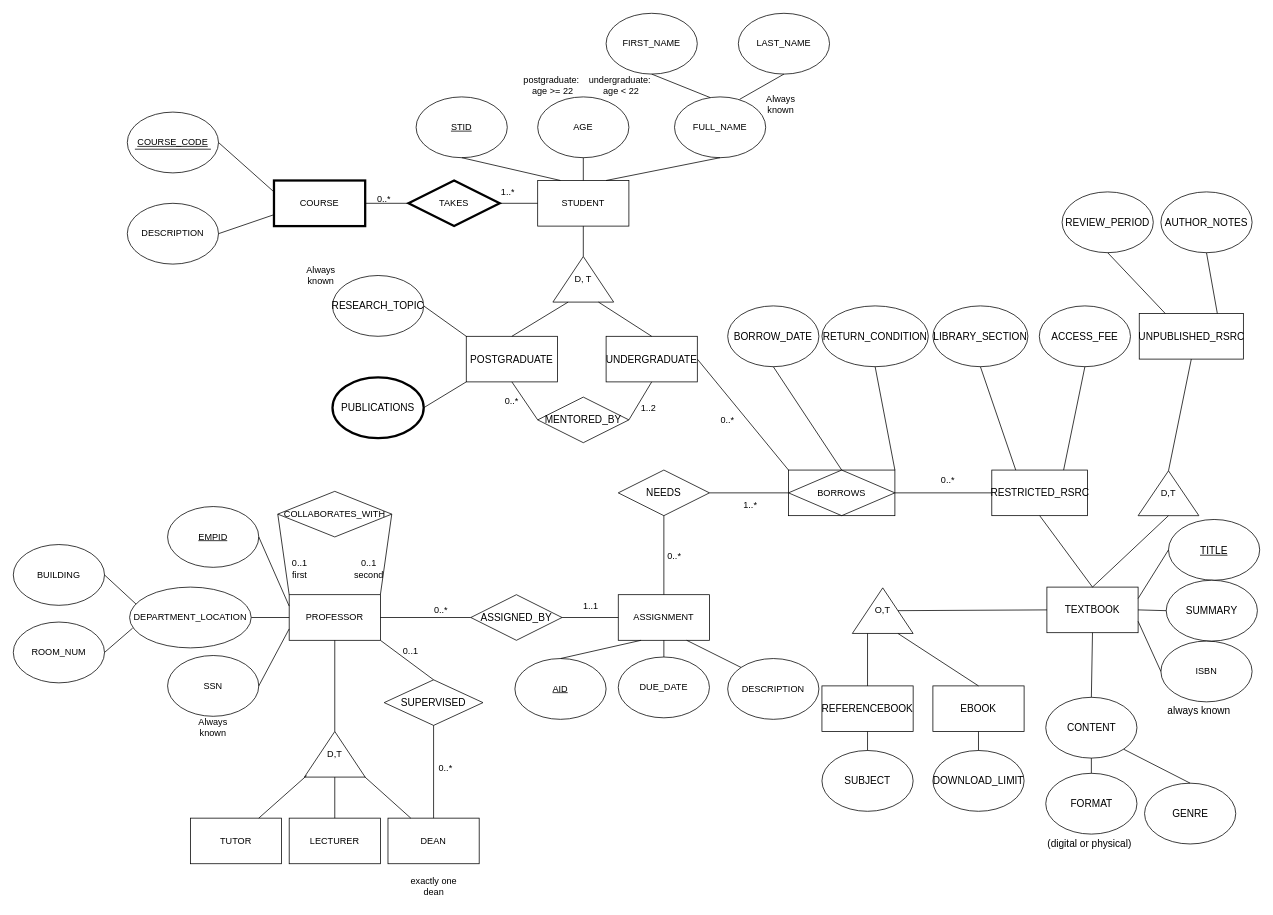
Earlier version of the draw.io diagram DM-HW1_Janis & Cuihuan.drawio (us-ja/Data_Management). Source tidied: cells renumbered, new cells numbered last; positions are measured from the earlier drawing's top-left corner, leaving out a move shared by most shapes. Both pictures are drawn from the tidied source at 76%, with x=0, y=0 at pixel (13, 13).
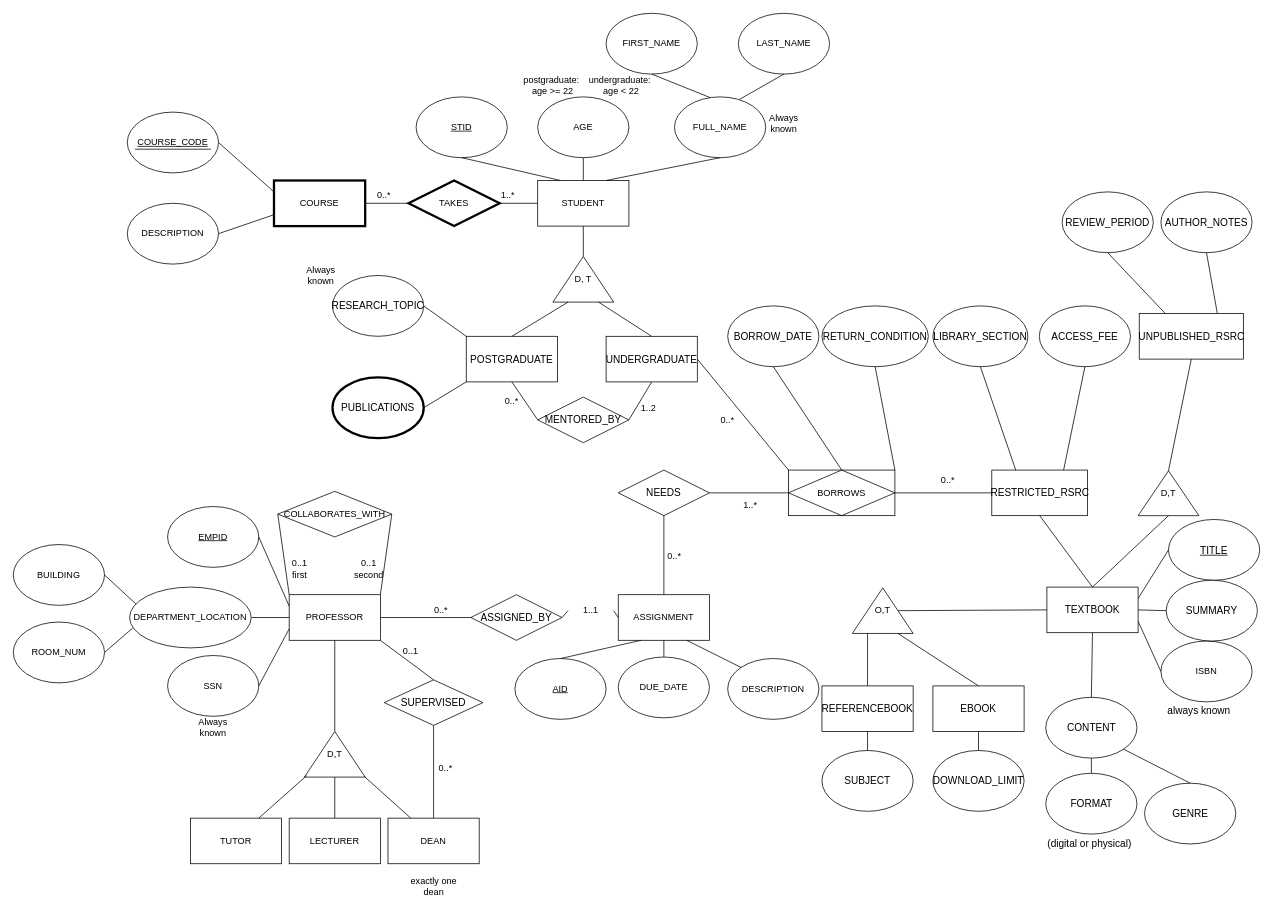
Above is the later version.

Commit message:
align cardinality

The change refers to these unchanged cells:
```xml
<mxCell id="34" value="ASSIGNMENT" style="rounded=0;whiteSpace=wrap;html=1;" parent="1" vertex="1">
  <mxGeometry x="796" y="765" width="120" height="60" as="geometry" />
</mxCell>
<mxCell id="64" value="&lt;div style=&quot;text-align: start;&quot;&gt;&lt;font face=&quot;LMRoman10-Regular&quot;&gt;&lt;span style=&quot;font-size: 13.2835px;&quot;&gt;ASSIGNED_BY&lt;/span&gt;&lt;/font&gt;&lt;/div&gt;" style="shape=rhombus;perimeter=rhombusPerimeter;whiteSpace=wrap;html=1;align=center;" parent="1" vertex="1">
  <mxGeometry x="602" y="765" width="120" height="60" as="geometry" />
</mxCell>
```

The edit, as a diff of the source:
```diff
@@
     <mxCell id="31" value="1..*" style="text;strokeColor=none;fillColor=none;align=left;verticalAlign=middle;spacingLeft=4;spacingRight=4;overflow=hidden;whiteSpace=wrap;html=1;" parent="1" vertex="1">
-      <mxGeometry x="636" y="220" width="80" height="30" as="geometry" />
+      <mxGeometry x="636" y="225" width="80" height="30" as="geometry" />
     </mxCell>
@@
-    <mxCell id="66" style="endArrow=none;html=1;rounded=0;exitX=1;exitY=0.5;exitDx=0;exitDy=0;entryX=0;entryY=0.5;entryDx=0;entryDy=0;" parent="1" edge="1" source="64" target="34">
+    <mxCell id="66" style="endArrow=none;html=1;rounded=0;exitX=1;exitY=0.5;exitDx=0;exitDy=0;entryX=0;entryY=0.5;entryDx=0;entryDy=0;" parent="1" edge="1" source="67" target="34">
       <mxGeometry relative="1" as="geometry" />
     </mxCell>
-    <mxCell id="67" value="1..1" style="text;html=1;align=center;verticalAlign=middle;whiteSpace=wrap;rounded=0;" parent="1" vertex="1">
-      <mxGeometry x="730" y="765" width="60" height="30" as="geometry" />
-    </mxCell>
@@
     <mxCell id="71" value="Always known" style="text;html=1;align=center;verticalAlign=middle;whiteSpace=wrap;rounded=0;" parent="1" vertex="1">
-      <mxGeometry x="980" y="105" width="60" height="30" as="geometry" />
+      <mxGeometry x="984" y="130" width="60" height="30" as="geometry" />
     </mxCell>
@@
     <mxCell id="80" value="0..*" style="text;strokeColor=none;fillColor=none;align=left;verticalAlign=middle;spacingLeft=4;spacingRight=4;overflow=hidden;whiteSpace=wrap;html=1;" parent="1" vertex="1">
-      <mxGeometry x="473" y="230" width="80" height="30" as="geometry" />
+      <mxGeometry x="473" y="225" width="80" height="30" as="geometry" />
     </mxCell>
@@
+    <mxCell id="139" style="endArrow=none;html=1;rounded=0;exitX=1;exitY=0.5;exitDx=0;exitDy=0;entryX=0;entryY=0.5;entryDx=0;entryDy=0;" parent="1" edge="1" source="64" target="67">
+      <mxGeometry relative="1" as="geometry" />
+    </mxCell>
+    <mxCell id="67" value="1..1" style="text;html=1;align=center;verticalAlign=middle;whiteSpace=wrap;rounded=0;" parent="1" vertex="1">
+      <mxGeometry x="730" y="771" width="60" height="30" as="geometry" />
+    </mxCell>
```
